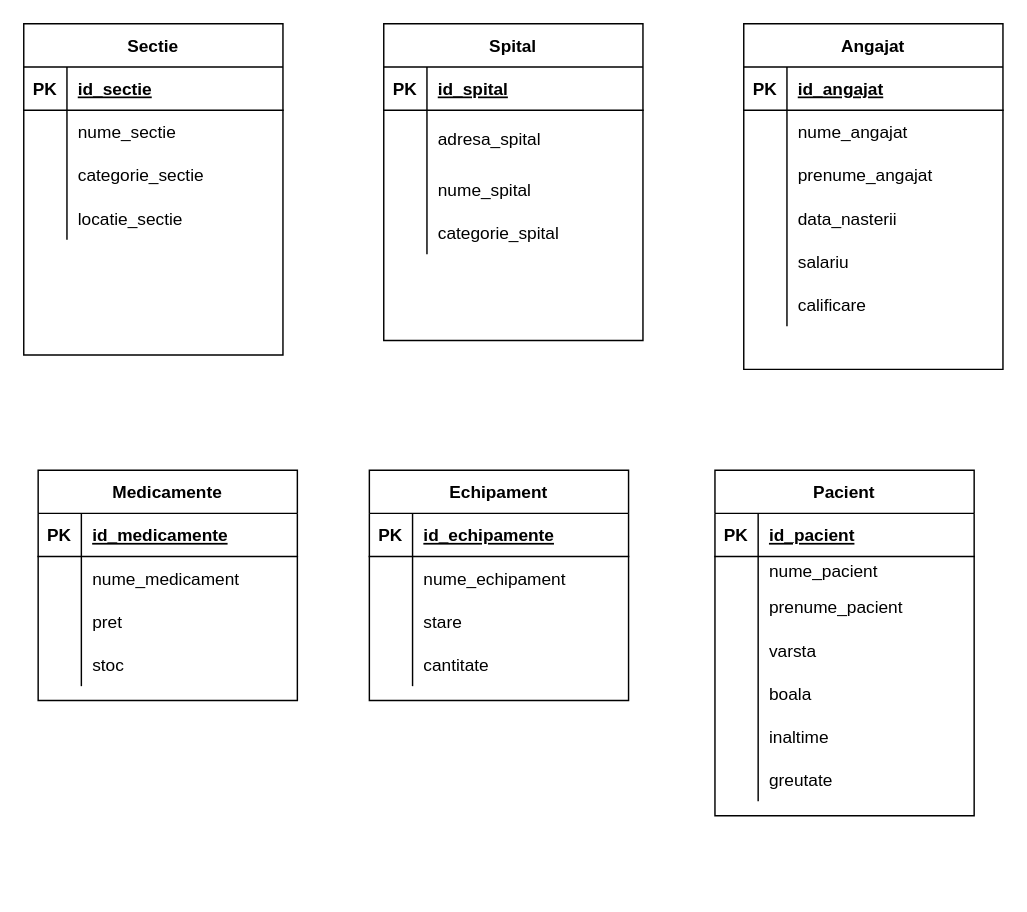
Before: Untitled Diagram.drawio in AbuniAndrei97/wickeds, a draw.io diagram. Source tidied: cells renumbered, new cells numbered last; positions are measured from the earlier drawing's top-left corner, leaving out a move shared by most shapes. Both pictures are drawn from the tidied source at 144%, with x=0, y=0 at pixel (23, 23).
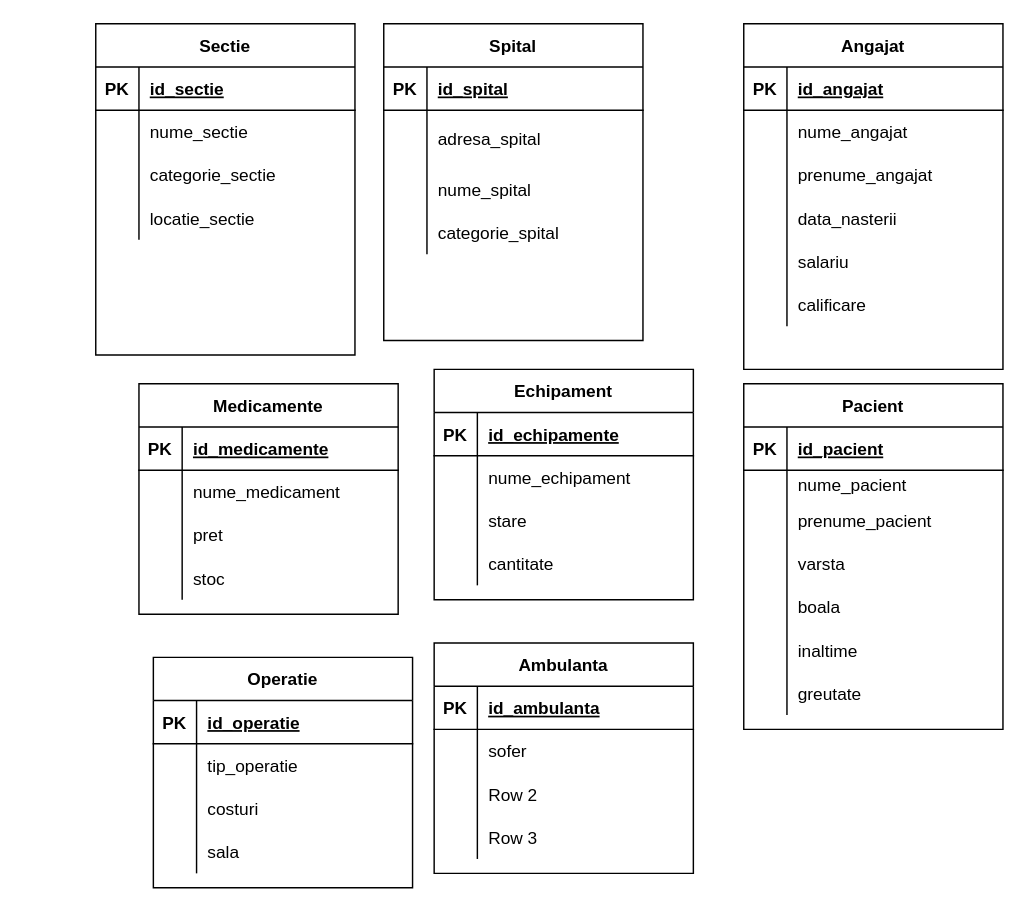
After the change.

What changed in the source:
```diff
@@
     <mxCell id="34" value="Pacient" style="shape=table;startSize=30;childLayout=tableLayout;rowLines=0;fontStyle=1;align=center;" parent="1" vertex="1">
-      <mxGeometry x="480" y="310" width="180" height="240" as="geometry" />
+      <mxGeometry x="500" y="250" width="180" height="240" as="geometry" />
     </mxCell>
@@
     <mxCell id="56" value="Sectie" style="shape=table;startSize=30;childLayout=tableLayout;rowLines=0;fontStyle=1;align=center;" parent="1" vertex="1">
-      <mxGeometry width="180" height="230" as="geometry" />
+      <mxGeometry x="50" width="180" height="230" as="geometry" />
     </mxCell>
@@
     <mxCell id="69" value="Medicamente" style="shape=table;startSize=30;childLayout=tableLayout;rowLines=0;fontStyle=1;align=center;" parent="1" vertex="1">
-      <mxGeometry x="10" y="310" width="180" height="160" as="geometry" />
+      <mxGeometry x="80" y="250" width="180" height="160" as="geometry" />
     </mxCell>
@@
     <mxCell id="82" value="Echipament" style="shape=table;startSize=30;childLayout=tableLayout;rowLines=0;fontStyle=1;align=center;" parent="1" vertex="1">
-      <mxGeometry x="240" y="310" width="180" height="160" as="geometry" />
+      <mxGeometry x="285" y="240" width="180" height="160" as="geometry" />
     </mxCell>
@@
+    <mxCell id="95" value="Operatie" style="shape=table;startSize=30;childLayout=tableLayout;rowLines=0;fontStyle=1;align=center;" parent="1" vertex="1">
+      <mxGeometry x="90" y="440" width="180" height="160" as="geometry" />
+    </mxCell>
+    <mxCell id="96" style="shape=partialRectangle;fillColor=none;top=0;left=0;bottom=1;right=0;" parent="95" vertex="1">
+      <mxGeometry y="30" width="180" height="30" as="geometry" />
+    </mxCell>
+    <mxCell id="97" value="PK" style="shape=partialRectangle;fillColor=none;top=0;left=0;bottom=0;right=0;fontStyle=1;overflow=hidden;" parent="96" vertex="1">
+      <mxGeometry width="30" height="30" as="geometry" />
+    </mxCell>
+    <mxCell id="98" value="id_operatie" style="shape=partialRectangle;fillColor=none;top=0;left=0;bottom=0;right=0;align=left;spacingLeft=6;fontStyle=5;overflow=hidden;" parent="96" vertex="1">
+      <mxGeometry x="30" width="150" height="30" as="geometry" />
+    </mxCell>
+    <mxCell id="99" style="shape=partialRectangle;fillColor=none;top=0;left=0;bottom=0;right=0;" parent="95" vertex="1">
+      <mxGeometry y="60" width="180" height="30" as="geometry" />
+    </mxCell>
+    <mxCell id="100" style="shape=partialRectangle;fillColor=none;top=0;left=0;bottom=0;right=0;overflow=hidden;" parent="99" vertex="1">
+      <mxGeometry width="30" height="30" as="geometry" />
+    </mxCell>
+    <mxCell id="101" value="tip_operatie" style="shape=partialRectangle;fillColor=none;top=0;left=0;bottom=0;right=0;align=left;spacingLeft=6;overflow=hidden;" parent="99" vertex="1">
+      <mxGeometry x="30" width="150" height="30" as="geometry" />
+    </mxCell>
+    <mxCell id="102" style="shape=partialRectangle;fillColor=none;top=0;left=0;bottom=0;right=0;" parent="95" vertex="1">
+      <mxGeometry y="90" width="180" height="30" as="geometry" />
+    </mxCell>
+    <mxCell id="103" style="shape=partialRectangle;fillColor=none;top=0;left=0;bottom=0;right=0;overflow=hidden;" parent="102" vertex="1">
+      <mxGeometry width="30" height="30" as="geometry" />
+    </mxCell>
+    <mxCell id="104" value="costuri" style="shape=partialRectangle;fillColor=none;top=0;left=0;bottom=0;right=0;align=left;spacingLeft=6;overflow=hidden;" parent="102" vertex="1">
+      <mxGeometry x="30" width="150" height="30" as="geometry" />
+    </mxCell>
+    <mxCell id="105" style="shape=partialRectangle;fillColor=none;top=0;left=0;bottom=0;right=0;" parent="95" vertex="1">
+      <mxGeometry y="120" width="180" height="30" as="geometry" />
+    </mxCell>
+    <mxCell id="106" style="shape=partialRectangle;fillColor=none;top=0;left=0;bottom=0;right=0;overflow=hidden;" parent="105" vertex="1">
+      <mxGeometry width="30" height="30" as="geometry" />
+    </mxCell>
+    <mxCell id="107" value="sala" style="shape=partialRectangle;fillColor=none;top=0;left=0;bottom=0;right=0;align=left;spacingLeft=6;overflow=hidden;" parent="105" vertex="1">
+      <mxGeometry x="30" width="150" height="30" as="geometry" />
+    </mxCell>
+    <mxCell id="108" value="Ambulanta" style="shape=table;startSize=30;childLayout=tableLayout;rowLines=0;fontStyle=1;align=center;" parent="1" vertex="1">
+      <mxGeometry x="285" y="430" width="180" height="160" as="geometry" />
+    </mxCell>
+    <mxCell id="109" style="shape=partialRectangle;fillColor=none;top=0;left=0;bottom=1;right=0;" parent="108" vertex="1">
+      <mxGeometry y="30" width="180" height="30" as="geometry" />
+    </mxCell>
+    <mxCell id="110" value="PK" style="shape=partialRectangle;fillColor=none;top=0;left=0;bottom=0;right=0;fontStyle=1;overflow=hidden;" parent="109" vertex="1">
+      <mxGeometry width="30" height="30" as="geometry" />
+    </mxCell>
+    <mxCell id="111" value="id_ambulanta" style="shape=partialRectangle;fillColor=none;top=0;left=0;bottom=0;right=0;align=left;spacingLeft=6;fontStyle=5;overflow=hidden;" parent="109" vertex="1">
+      <mxGeometry x="30" width="150" height="30" as="geometry" />
+    </mxCell>
+    <mxCell id="112" style="shape=partialRectangle;fillColor=none;top=0;left=0;bottom=0;right=0;" parent="108" vertex="1">
+      <mxGeometry y="60" width="180" height="30" as="geometry" />
+    </mxCell>
+    <mxCell id="113" style="shape=partialRectangle;fillColor=none;top=0;left=0;bottom=0;right=0;overflow=hidden;" parent="112" vertex="1">
+      <mxGeometry width="30" height="30" as="geometry" />
+    </mxCell>
+    <mxCell id="114" value="sofer" style="shape=partialRectangle;fillColor=none;top=0;left=0;bottom=0;right=0;align=left;spacingLeft=6;overflow=hidden;" parent="112" vertex="1">
+      <mxGeometry x="30" width="150" height="30" as="geometry" />
+    </mxCell>
+    <mxCell id="115" style="shape=partialRectangle;fillColor=none;top=0;left=0;bottom=0;right=0;" parent="108" vertex="1">
+      <mxGeometry y="90" width="180" height="30" as="geometry" />
+    </mxCell>
+    <mxCell id="116" style="shape=partialRectangle;fillColor=none;top=0;left=0;bottom=0;right=0;overflow=hidden;" parent="115" vertex="1">
+      <mxGeometry width="30" height="30" as="geometry" />
+    </mxCell>
+    <mxCell id="117" value="Row 2" style="shape=partialRectangle;fillColor=none;top=0;left=0;bottom=0;right=0;align=left;spacingLeft=6;overflow=hidden;" parent="115" vertex="1">
+      <mxGeometry x="30" width="150" height="30" as="geometry" />
+    </mxCell>
+    <mxCell id="118" style="shape=partialRectangle;fillColor=none;top=0;left=0;bottom=0;right=0;" parent="108" vertex="1">
+      <mxGeometry y="120" width="180" height="30" as="geometry" />
+    </mxCell>
+    <mxCell id="119" style="shape=partialRectangle;fillColor=none;top=0;left=0;bottom=0;right=0;overflow=hidden;" parent="118" vertex="1">
+      <mxGeometry width="30" height="30" as="geometry" />
+    </mxCell>
+    <mxCell id="120" value="Row 3" style="shape=partialRectangle;fillColor=none;top=0;left=0;bottom=0;right=0;align=left;spacingLeft=6;overflow=hidden;" parent="118" vertex="1">
+      <mxGeometry x="30" width="150" height="30" as="geometry" />
+    </mxCell>
```
